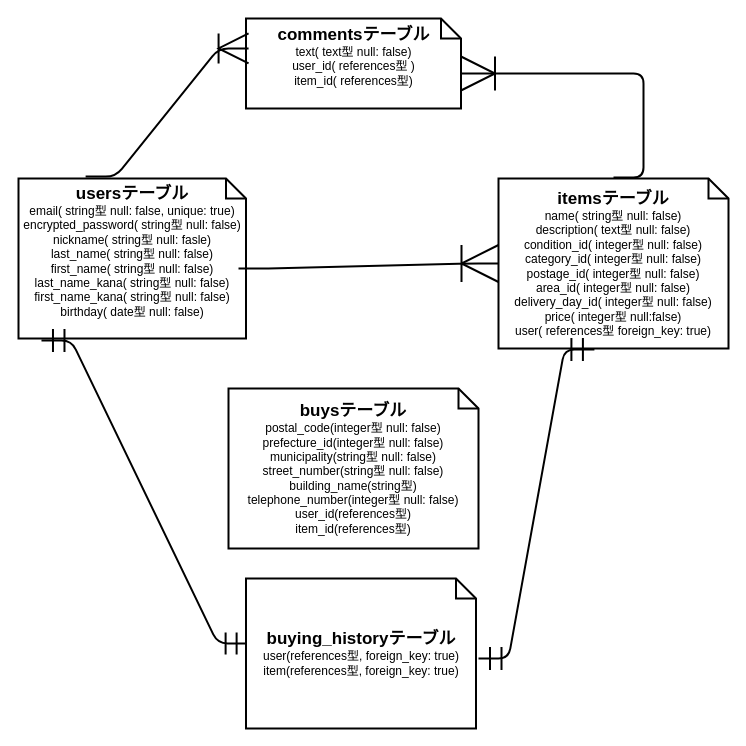
This is er.dio from fumi-y/furima-35224, a draw.io file, before an edit. Source tidied: cells renumbered, new cells numbered last; positions are measured from the earlier drawing's top-left corner, leaving out a move shared by most shapes. Both pictures are drawn from the tidied source at 100%, with x=0, y=0 at pixel (18, 18).
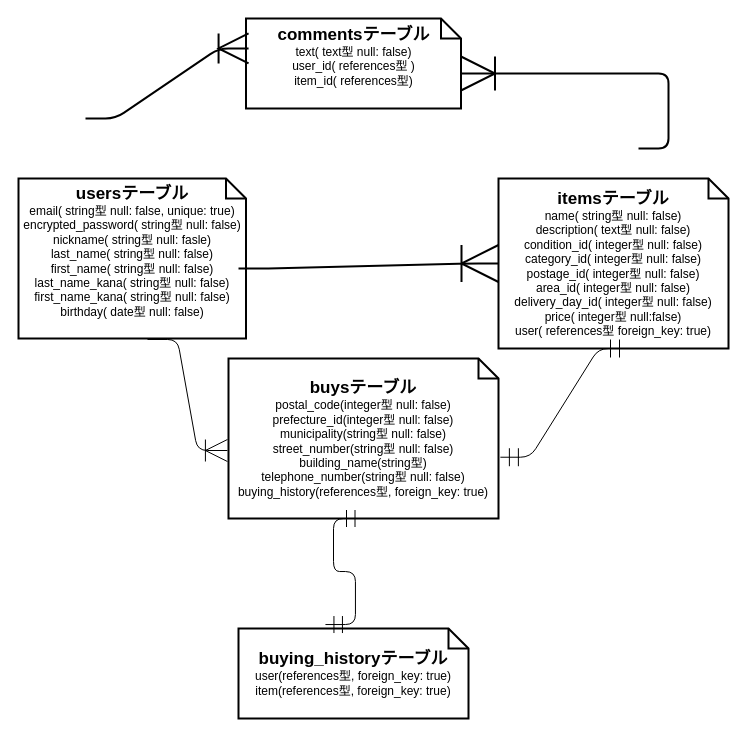
The same page after the edit.

Diff of the diagram source:
```diff
@@
 <mxGraphModel>
   <root>
     <mxCell id="0" />
     <mxCell id="1" parent="0" />
     <mxCell id="2" value="&lt;b&gt;&lt;font style=&quot;font-size: 17px&quot;&gt;usersテーブル&lt;/font&gt;&lt;/b&gt;&lt;br&gt;email( string型 null: false, unique: true)&lt;br&gt;encrypted_password( string型 null: false)&lt;br&gt;nickname( string型 null: fasle)&lt;br&gt;last_name( string型 null: false)&lt;br&gt;first_name( string型 null: false)&lt;br&gt;last_name_kana( string型 null: false)&lt;br&gt;first_name_kana( string型 null: false)&lt;br&gt;birthday( date型 null: false)&lt;br&gt;&lt;div style=&quot;text-align: left&quot;&gt;&lt;br&gt;&lt;/div&gt;" style="shape=note;size=20;whiteSpace=wrap;html=1;strokeWidth=2;" parent="1" vertex="1">
       <mxGeometry y="160" width="227.5" height="160" as="geometry" />
     </mxCell>
     <mxCell id="3" value="&lt;span&gt;&lt;font&gt;&lt;font style=&quot;font-size: 17px&quot;&gt;&lt;b&gt;commentsテーブル&lt;/b&gt;&lt;/font&gt;&lt;br&gt;text( text型 null: false)&lt;br&gt;user_id( references型 )&lt;br&gt;item_id( references型)&lt;br&gt;&lt;br&gt;&lt;/font&gt;&lt;/span&gt;" style="shape=note;size=20;whiteSpace=wrap;html=1;strokeWidth=2;" parent="1" vertex="1">
       <mxGeometry x="227.5" width="215" height="90" as="geometry" />
     </mxCell>
     <mxCell id="4" value="&lt;font style=&quot;font-size: 17px&quot;&gt;&lt;b&gt;itemsテーブル&lt;br&gt;&lt;/b&gt;&lt;/font&gt;name( string型 null: false)&lt;br&gt;description( text型 null: false)&lt;br&gt;condition_id( integer型 null: false)&lt;br&gt;category_id( integer型 null: false)&lt;br&gt;postage_id( integer型 null: false)&lt;br&gt;area_id( integer型 null: false)&lt;br&gt;delivery_day_id( integer型 null: false)&lt;br&gt;price( integer型 null:false)&lt;br&gt;user( references型 foreign_key: true)" style="shape=note;size=20;whiteSpace=wrap;html=1;strokeWidth=2;" parent="1" vertex="1">
       <mxGeometry x="480" y="160" width="230" height="170" as="geometry" />
     </mxCell>
-    <mxCell id="5" value="&lt;font style=&quot;font-size: 17px&quot;&gt;&lt;b&gt;buysテーブル&lt;/b&gt;&lt;/font&gt;&lt;br&gt;postal_code(integer型 null: false)&lt;br&gt;prefecture_id(integer型 null: false)&lt;br&gt;municipality(string型 null: false)&lt;br&gt;street_number(string型 null: false)&lt;br&gt;building_name(string型)&lt;br&gt;telephone_number(integer型 null: false)&lt;br&gt;user_id(references型)&lt;br&gt;item_id(references型)" style="shape=note;size=20;whiteSpace=wrap;html=1;strokeWidth=2;" parent="1" vertex="1">
-      <mxGeometry x="210" y="370" width="250" height="160" as="geometry" />
+    <mxCell id="5" value="&lt;font style=&quot;font-size: 17px&quot;&gt;&lt;b&gt;buysテーブル&lt;/b&gt;&lt;/font&gt;&lt;br&gt;postal_code(integer型 null: false)&lt;br&gt;prefecture_id(integer型 null: false)&lt;br&gt;municipality(string型 null: false)&lt;br&gt;street_number(string型 null: false)&lt;br&gt;building_name(string型)&lt;br&gt;telephone_number(string型 null: false)&lt;br&gt;buying_history(references型, foreign_key: true)" style="shape=note;size=20;whiteSpace=wrap;html=1;strokeWidth=2;" parent="1" vertex="1">
+      <mxGeometry x="210" y="340" width="270" height="160" as="geometry" />
     </mxCell>
     <mxCell id="6" style="edgeStyle=entityRelationEdgeStyle;fontSize=12;html=1;endArrow=ERoneToMany;exitX=0;exitY=0;exitDx=220;exitDy=90;exitPerimeter=0;entryX=0;entryY=0.5;entryDx=0;entryDy=0;entryPerimeter=0;strokeWidth=2;endSize=34;" parent="1" edge="1" source="2" target="4">
       <mxGeometry relative="1" as="geometry" />
     </mxCell>
     <mxCell id="7" style="edgeStyle=entityRelationEdgeStyle;fontSize=12;html=1;endArrow=ERoneToMany;strokeWidth=2;entryX=0;entryY=0;entryDx=215;entryDy=55;entryPerimeter=0;endSize=31;" parent="1" edge="1" target="3">
       <mxGeometry relative="1" as="geometry">
-        <mxPoint x="595" y="159" as="sourcePoint" />
+        <mxPoint x="620" y="130" as="sourcePoint" />
       </mxGeometry>
     </mxCell>
-    <mxCell id="8" style="edgeStyle=entityRelationEdgeStyle;fontSize=12;html=1;endArrow=ERoneToMany;strokeWidth=2;exitX=0.295;exitY=-0.012;exitDx=0;exitDy=0;exitPerimeter=0;entryX=0.012;entryY=0.333;entryDx=0;entryDy=0;entryPerimeter=0;endSize=27;" parent="1" edge="1" source="2" target="3">
-      <mxGeometry relative="1" as="geometry" />
+    <mxCell id="8" style="edgeStyle=entityRelationEdgeStyle;fontSize=12;html=1;endArrow=ERoneToMany;strokeWidth=2;entryX=0.012;entryY=0.333;entryDx=0;entryDy=0;entryPerimeter=0;endSize=27;" parent="1" edge="1" target="3">
+      <mxGeometry relative="1" as="geometry">
+        <mxPoint x="67" y="100" as="sourcePoint" />
+      </mxGeometry>
     </mxCell>
-    <mxCell id="9" style="edgeStyle=entityRelationEdgeStyle;fontSize=12;html=1;endArrow=ERmandOne;startArrow=ERmandOne;strokeWidth=2;startSize=20;endSize=20;entryX=0.417;entryY=1.006;entryDx=0;entryDy=0;entryPerimeter=0;" parent="1" edge="1" target="4">
-      <mxGeometry relative="1" as="geometry">
-        <mxPoint x="460" y="640" as="sourcePoint" />
-      </mxGeometry>
-    </mxCell>
-    <mxCell id="10" style="edgeStyle=entityRelationEdgeStyle;fontSize=12;html=1;endArrow=ERmandOne;startArrow=ERmandOne;strokeWidth=2;endSize=19;startSize=20;exitX=0.101;exitY=1.013;exitDx=0;exitDy=0;exitPerimeter=0;entryX=0.007;entryY=0.433;entryDx=0;entryDy=0;entryPerimeter=0;" parent="1" edge="1" source="2" target="11">
-      <mxGeometry relative="1" as="geometry" />
-    </mxCell>
     <mxCell id="11" value="&lt;font style=&quot;font-size: 17px&quot;&gt;&lt;b&gt;buying_historyテーブル&lt;/b&gt;&lt;/font&gt;&lt;br&gt;user(references型, foreign_key: true)&lt;br&gt;item(references型, foreign_key: true)" style="shape=note;size=20;whiteSpace=wrap;html=1;strokeWidth=2;" parent="1" vertex="1">
-      <mxGeometry x="227.5" y="560" width="230" height="150" as="geometry" />
+      <mxGeometry x="220" y="610" width="230" height="90" as="geometry" />
     </mxCell>
+    <mxCell id="12" style="edgeStyle=entityRelationEdgeStyle;fontSize=12;html=1;endArrow=ERmandOne;startArrow=ERmandOne;entryX=0.5;entryY=1;entryDx=0;entryDy=0;entryPerimeter=0;exitX=0.378;exitY=-0.044;exitDx=0;exitDy=0;exitPerimeter=0;endSize=15;startSize=15;" parent="1" edge="1" source="11" target="5">
+      <mxGeometry relative="1" as="geometry" />
+    </mxCell>
+    <mxCell id="13" style="edgeStyle=entityRelationEdgeStyle;fontSize=12;html=1;endArrow=ERoneToMany;entryX=-0.004;entryY=0.575;entryDx=0;entryDy=0;entryPerimeter=0;exitX=0.567;exitY=1.006;exitDx=0;exitDy=0;exitPerimeter=0;endSize=20;" parent="1" edge="1" source="2" target="5">
+      <mxGeometry relative="1" as="geometry" />
+    </mxCell>
+    <mxCell id="14" style="edgeStyle=entityRelationEdgeStyle;fontSize=12;html=1;endArrow=ERmandOne;startArrow=ERmandOne;exitX=1.007;exitY=0.617;exitDx=0;exitDy=0;exitPerimeter=0;endSize=16;startSize=16;" parent="1" edge="1" source="5">
+      <mxGeometry relative="1" as="geometry">
+        <mxPoint x="610" y="330" as="targetPoint" />
+      </mxGeometry>
+    </mxCell>
   </root>
 </mxGraphModel>
```
